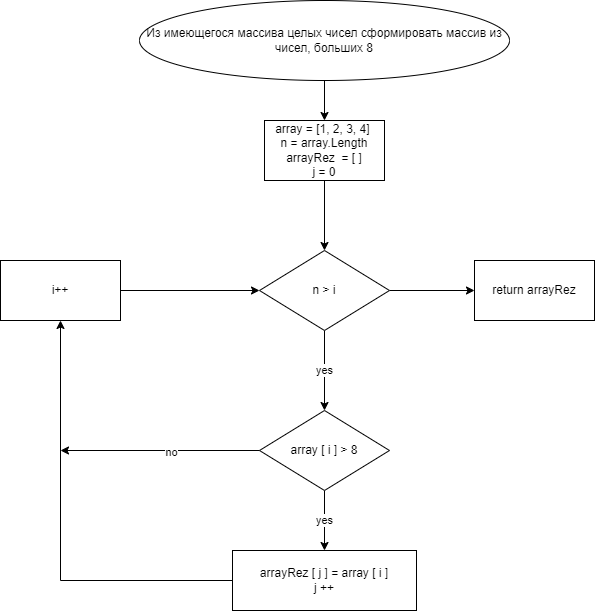
The draw.io diagram Block diagram.drawio.png in AlmirGiniyatullin/1Chetvetr, before a commit. Source tidied: cells renumbered, new cells last; positions are measured from the earlier drawing's top-left corner, leaving out a move shared by most shapes.
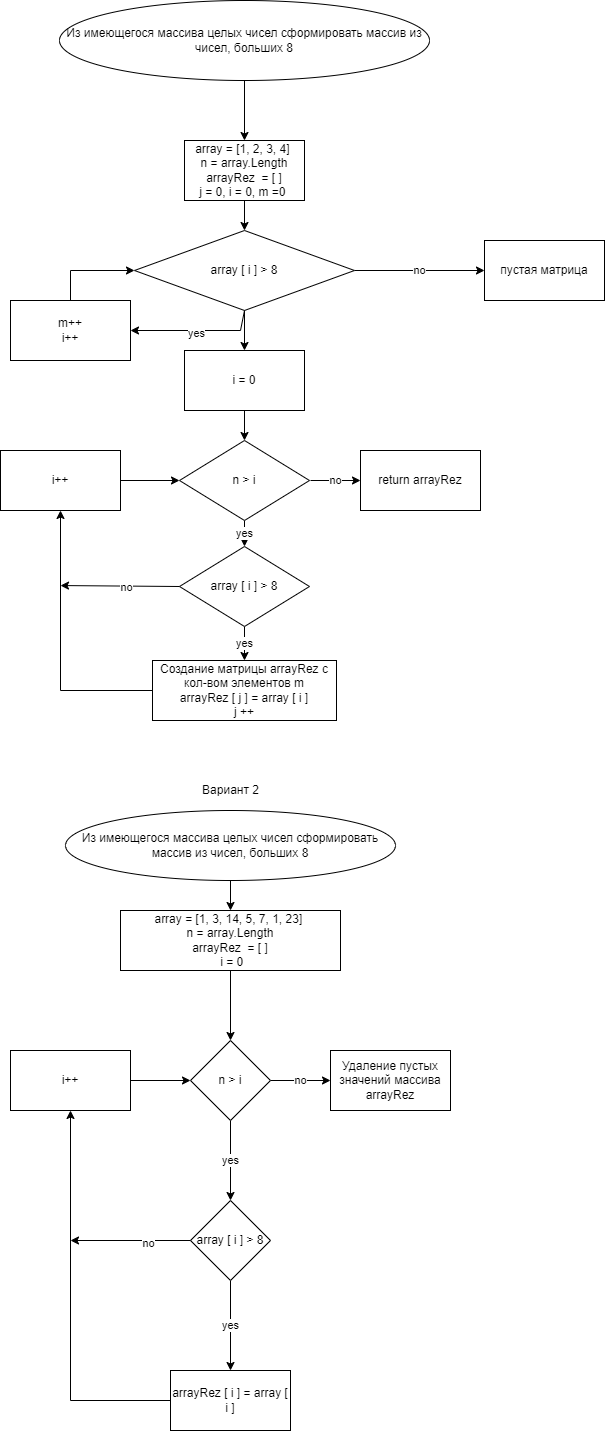
Above is the later version.

Commit message:
modified block diagram and readme

What changed in the source:
```diff
@@ -16,53 +16,148 @@
       <mxGeometry relative="1" as="geometry" />
     </mxCell>
     <mxCell id="4" value="Из имеющегося массива целых чисел сформировать массив из чисел, больших 8" style="ellipse;whiteSpace=wrap;html=1;" parent="1" vertex="1">
-      <mxGeometry x="219" width="370" height="80" as="geometry" />
+      <mxGeometry x="219" y="-1170" width="370" height="80" as="geometry" />
     </mxCell>
-    <mxCell id="5" style="edgeStyle=orthogonalEdgeStyle;rounded=0;jettySize=auto;html=1;" parent="1" edge="1" source="6" target="9">
-      <mxGeometry relative="1" as="geometry" />
-    </mxCell>
+    <mxCell id="19" style="edgeStyle=orthogonalEdgeStyle;rounded=0;jettySize=auto;html=1;" parent="1" edge="1" source="6" target="23">
+      <mxGeometry relative="1" as="geometry" />
+    </mxCell>
-    <mxCell id="6" value="array =&amp;nbsp;[1, 2, 3, 4]&amp;nbsp;&lt;br&gt;n = array.Length&lt;br&gt;arrayRez&amp;nbsp; = [ ]&lt;br&gt;j = 0" style="whiteSpace=wrap;html=1;" parent="1" vertex="1">
-      <mxGeometry x="344" y="120" width="120" height="60" as="geometry" />
+    <mxCell id="6" value="array =&amp;nbsp;[1, 2, 3, 4]&amp;nbsp;&lt;br&gt;n = array.Length&lt;br&gt;arrayRez&amp;nbsp; = [ ]&lt;br&gt;j = 0, i = 0, m =0&amp;nbsp;" style="whiteSpace=wrap;html=1;" parent="1" vertex="1">
+      <mxGeometry x="344" y="-1030" width="120" height="60" as="geometry" />
     </mxCell>
     <mxCell id="7" value="yes" style="edgeStyle=orthogonalEdgeStyle;rounded=0;jettySize=auto;html=1;" parent="1" edge="1" source="9" target="11">
       <mxGeometry relative="1" as="geometry" />
     </mxCell>
-    <mxCell id="8" style="edgeStyle=orthogonalEdgeStyle;rounded=0;jettySize=auto;html=1;" parent="1" edge="1" source="9" target="18">
-      <mxGeometry relative="1" as="geometry" />
-    </mxCell>
     <mxCell id="9" value="n &amp;gt; i" style="rhombus;whiteSpace=wrap;html=1;" parent="1" vertex="1">
-      <mxGeometry x="339" y="250" width="130" height="80" as="geometry" />
+      <mxGeometry x="339" y="-730" width="130" height="80" as="geometry" />
     </mxCell>
     <mxCell id="10" value="yes" style="edgeStyle=orthogonalEdgeStyle;rounded=0;jettySize=auto;html=1;" parent="1" edge="1" source="11" target="13">
       <mxGeometry relative="1" as="geometry" />
     </mxCell>
+    <mxCell id="20" value="no" style="edgeStyle=orthogonalEdgeStyle;rounded=0;jettySize=auto;html=1;entryX=0;entryY=0.5;entryDx=0;entryDy=0;" parent="1" edge="1" target="18">
+      <mxGeometry relative="1" as="geometry">
+        <mxPoint x="470" y="-690" as="sourcePoint" />
+      </mxGeometry>
+    </mxCell>
     <mxCell id="11" value="array [ i ] &amp;gt; 8" style="rhombus;whiteSpace=wrap;html=1;" parent="1" vertex="1">
-      <mxGeometry x="339" y="410" width="130" height="80" as="geometry" />
+      <mxGeometry x="339" y="-624" width="130" height="80" as="geometry" />
     </mxCell>
     <mxCell id="12" style="edgeStyle=orthogonalEdgeStyle;rounded=0;jettySize=auto;html=1;" parent="1" edge="1" source="13" target="14">
       <mxGeometry relative="1" as="geometry" />
     </mxCell>
-    <mxCell id="13" value="arrayRez [ j ] = array [ i ]&lt;br&gt;j ++" style="whiteSpace=wrap;html=1;" parent="1" vertex="1">
-      <mxGeometry x="312" y="550" width="184" height="60" as="geometry" />
+    <mxCell id="13" value="Создание матрицы arrayRez с кол-вом элементов m&lt;br&gt;arrayRez [ j ] = array [ i ]&lt;br&gt;j ++" style="whiteSpace=wrap;html=1;" parent="1" vertex="1">
+      <mxGeometry x="312" y="-510" width="184" height="60" as="geometry" />
     </mxCell>
     <mxCell id="14" value="i++" style="whiteSpace=wrap;html=1;" parent="1" vertex="1">
-      <mxGeometry x="80" y="260" width="120" height="60" as="geometry" />
+      <mxGeometry x="160" y="-720" width="120" height="60" as="geometry" />
     </mxCell>
-    <mxCell id="15" style="endArrow=classic;html=1;rounded=0;entryX=0;entryY=0.5;entryDx=0;entryDy=0;" parent="1" edge="1" target="9">
-      <mxGeometry relative="1" as="geometry">
-        <mxPoint x="200" y="290" as="sourcePoint" />
-      </mxGeometry>
+    <mxCell id="15" style="endArrow=classic;html=1;rounded=0;entryX=0;entryY=0.5;entryDx=0;entryDy=0;exitX=1;exitY=0.5;exitDx=0;exitDy=0;" parent="1" edge="1" source="14" target="9">
+      <mxGeometry relative="1" as="geometry" />
     </mxCell>
     <mxCell id="16" style="endArrow=classic;html=1;rounded=0;exitX=0;exitY=0.5;exitDx=0;exitDy=0;" parent="1" edge="1" source="11">
       <mxGeometry relative="1" as="geometry">
-        <mxPoint x="140" y="450" as="targetPoint" />
+        <mxPoint x="220" y="-585" as="targetPoint" />
       </mxGeometry>
     </mxCell>
     <mxCell id="17" value="no" style="edgeLabel;html=1;align=center;verticalAlign=middle;" parent="16" vertex="1">
       <mxGeometry x="-0.11" y="1" relative="1" as="geometry" />
     </mxCell>
     <mxCell id="18" value="return arrayRez" style="whiteSpace=wrap;html=1;" parent="1" vertex="1">
-      <mxGeometry x="554" y="260" width="120" height="60" as="geometry" />
+      <mxGeometry x="520" y="-720" width="120" height="60" as="geometry" />
     </mxCell>
+    <mxCell id="21" value="no" style="edgeStyle=orthogonalEdgeStyle;rounded=0;jettySize=auto;html=1;" parent="1" edge="1" source="23" target="25">
+      <mxGeometry relative="1" as="geometry" />
+    </mxCell>
+    <mxCell id="22" style="edgeStyle=orthogonalEdgeStyle;rounded=0;jettySize=auto;html=1;" parent="1" edge="1" source="23" target="34">
+      <mxGeometry relative="1" as="geometry" />
+    </mxCell>
+    <mxCell id="23" value="array [ i ] &amp;gt; 8" style="rhombus;whiteSpace=wrap;html=1;" parent="1" vertex="1">
+      <mxGeometry x="294" y="-940" width="220" height="80" as="geometry" />
+    </mxCell>
+    <mxCell id="24" value="m++&lt;br&gt;i++" style="whiteSpace=wrap;html=1;" parent="1" vertex="1">
+      <mxGeometry x="170" y="-870" width="120" height="60" as="geometry" />
+    </mxCell>
+    <mxCell id="25" value="пустая матрица" style="whiteSpace=wrap;html=1;" parent="1" vertex="1">
+      <mxGeometry x="644" y="-930" width="120" height="60" as="geometry" />
+    </mxCell>
+    <mxCell id="26" value="Вариант 2" style="text;html=1;align=center;verticalAlign=middle;strokeColor=none;fillColor=none;" parent="1" vertex="1">
+      <mxGeometry x="355" y="-390" width="70" height="20" as="geometry" />
+    </mxCell>
+    <mxCell id="27" style="edgeStyle=orthogonalEdgeStyle;rounded=0;jettySize=auto;html=1;" parent="1" edge="1" source="28" target="30">
+      <mxGeometry relative="1" as="geometry" />
+    </mxCell>
+    <mxCell id="28" value="&lt;span&gt;Из имеющегося массива целых чисел сформировать массив из чисел, больших 8&lt;/span&gt;" style="ellipse;whiteSpace=wrap;html=1;" parent="1" vertex="1">
+      <mxGeometry x="225" y="-360" width="330" height="70" as="geometry" />
+    </mxCell>
+    <mxCell id="29" style="edgeStyle=orthogonalEdgeStyle;rounded=0;jettySize=auto;html=1;" parent="1" edge="1" source="30" target="38">
+      <mxGeometry relative="1" as="geometry" />
+    </mxCell>
+    <mxCell id="30" value="&lt;span&gt;array =&amp;nbsp;[1, 3, 14, 5, 7, 1, 23&lt;/span&gt;&lt;span&gt;]&amp;nbsp;&lt;/span&gt;&lt;br&gt;&lt;span&gt;n = array.Length&lt;/span&gt;&lt;br&gt;&lt;span&gt;arrayRez&amp;nbsp; = [ ]&lt;/span&gt;&lt;br&gt;&lt;span&gt;&amp;nbsp;i = 0&lt;/span&gt;" style="whiteSpace=wrap;html=1;" parent="1" vertex="1">
+      <mxGeometry x="280" y="-260" width="220" height="60" as="geometry" />
+    </mxCell>
+    <mxCell id="31" style="endArrow=classic;html=1;rounded=0;exitX=0.5;exitY=0;exitDx=0;exitDy=0;entryX=0;entryY=0.5;entryDx=0;entryDy=0;" parent="1" edge="1" source="24" target="23">
+      <mxGeometry relative="1" as="geometry">
+        <Array as="points">
+          <mxPoint x="230" y="-900" />
+        </Array>
+      </mxGeometry>
+    </mxCell>
+    <mxCell id="32" style="endArrow=classic;html=1;rounded=0;entryX=1;entryY=0.5;entryDx=0;entryDy=0;exitX=0.5;exitY=1;exitDx=0;exitDy=0;" parent="1" edge="1" source="23" target="24">
+      <mxGeometry relative="1" as="geometry">
+        <Array as="points">
+          <mxPoint x="400" y="-840" />
+        </Array>
+      </mxGeometry>
+    </mxCell>
+    <mxCell id="33" value="yes" style="edgeLabel;html=1;align=center;verticalAlign=middle;" parent="32" vertex="1">
+      <mxGeometry y="2" relative="1" as="geometry" />
+    </mxCell>
+    <mxCell id="34" value="i = 0" style="whiteSpace=wrap;html=1;" parent="1" vertex="1">
+      <mxGeometry x="344" y="-820" width="120" height="60" as="geometry" />
+    </mxCell>
+    <mxCell id="35" style="endArrow=classic;html=1;rounded=0;exitX=0.5;exitY=1;exitDx=0;exitDy=0;entryX=0.5;entryY=0;entryDx=0;entryDy=0;" parent="1" edge="1" source="34" target="9">
+      <mxGeometry relative="1" as="geometry" />
+    </mxCell>
+    <mxCell id="36" value="yes" style="edgeStyle=orthogonalEdgeStyle;rounded=0;jettySize=auto;html=1;" parent="1" edge="1" source="38" target="40">
+      <mxGeometry relative="1" as="geometry" />
+    </mxCell>
+    <mxCell id="37" value="no" style="edgeStyle=orthogonalEdgeStyle;rounded=0;jettySize=auto;html=1;" parent="1" edge="1" source="38" target="41">
+      <mxGeometry relative="1" as="geometry" />
+    </mxCell>
+    <mxCell id="38" value="n &amp;gt; i" style="rhombus;whiteSpace=wrap;html=1;" parent="1" vertex="1">
+      <mxGeometry x="350" y="-130" width="80" height="80" as="geometry" />
+    </mxCell>
+    <mxCell id="39" value="yes" style="edgeStyle=orthogonalEdgeStyle;rounded=0;jettySize=auto;html=1;" parent="1" edge="1" source="40" target="42">
+      <mxGeometry relative="1" as="geometry" />
+    </mxCell>
+    <mxCell id="40" value="array [ i ] &amp;gt; 8" style="rhombus;whiteSpace=wrap;html=1;" parent="1" vertex="1">
+      <mxGeometry x="350" y="30" width="80" height="80" as="geometry" />
+    </mxCell>
+    <mxCell id="41" value="Удаление пустых значений массива arrayRez" style="whiteSpace=wrap;html=1;" parent="1" vertex="1">
+      <mxGeometry x="490" y="-120" width="120" height="60" as="geometry" />
+    </mxCell>
+    <mxCell id="42" value="&lt;span&gt;arrayRez [ i ] = array [ i ]&lt;/span&gt;" style="whiteSpace=wrap;html=1;" parent="1" vertex="1">
+      <mxGeometry x="330" y="200" width="120" height="60" as="geometry" />
+    </mxCell>
+    <mxCell id="43" style="endArrow=classic;html=1;rounded=0;exitX=0;exitY=0.5;exitDx=0;exitDy=0;entryX=0.5;entryY=1;entryDx=0;entryDy=0;" parent="1" edge="1" source="42" target="45">
+      <mxGeometry relative="1" as="geometry">
+        <Array as="points">
+          <mxPoint x="230" y="230" />
+        </Array>
+      </mxGeometry>
+    </mxCell>
+    <mxCell id="44" style="edgeStyle=orthogonalEdgeStyle;rounded=0;jettySize=auto;html=1;" parent="1" edge="1" source="45" target="38">
+      <mxGeometry relative="1" as="geometry" />
+    </mxCell>
+    <mxCell id="45" value="i++" style="whiteSpace=wrap;html=1;" parent="1" vertex="1">
+      <mxGeometry x="170" y="-120" width="120" height="60" as="geometry" />
+    </mxCell>
+    <mxCell id="46" style="endArrow=classic;html=1;rounded=0;exitX=0;exitY=0.5;exitDx=0;exitDy=0;" parent="1" edge="1" source="40">
+      <mxGeometry relative="1" as="geometry">
+        <mxPoint x="230" y="70" as="targetPoint" />
+      </mxGeometry>
+    </mxCell>
+    <mxCell id="47" value="no" style="edgeLabel;html=1;align=center;verticalAlign=middle;" parent="46" vertex="1">
+      <mxGeometry x="-0.28" y="2" relative="1" as="geometry" />
+    </mxCell>
   </root>
 </mxGraphModel>
```
